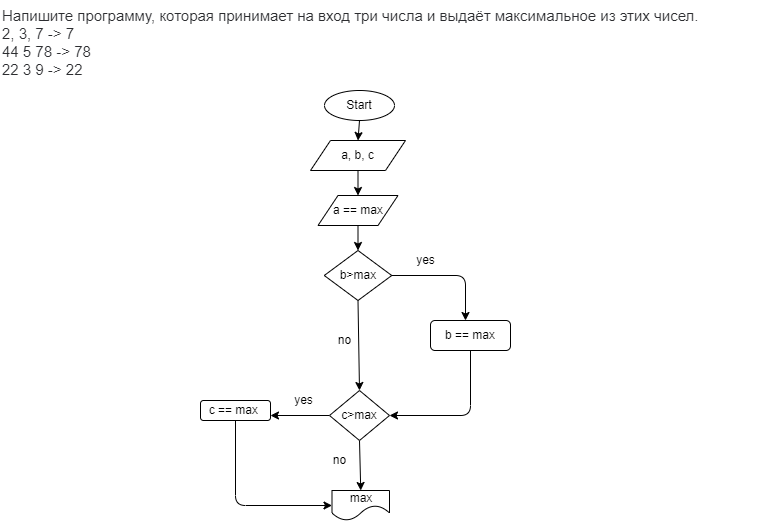
Irina12626/Education keeps this draw.io diagram as C#/Homework01/Ex02/Diagram.drawio.png. Above is the earlier version. Source tidied: cells renumbered, new cells last; positions are measured from the earlier drawing's top-left corner, leaving out a move shared by most shapes. Its diagram source:
```xml
<mxGraphModel>
  <root>
    <mxCell id="0" />
    <mxCell id="1" parent="0" />
    <mxCell id="2" value="&lt;p style=&quot;box-sizing: border-box; margin: 0px; font-weight: 400; color: rgb(44, 45, 48); font-family: roboto, &amp;quot;san francisco&amp;quot;, &amp;quot;helvetica neue&amp;quot;, helvetica, arial; font-size: 15px; font-style: normal; letter-spacing: normal; text-indent: 0px; text-transform: none; word-spacing: 0px; background-color: rgb(255, 255, 255);&quot;&gt;Напишите программу, которая принимает на вход три числа и выдаёт максимальное из этих чисел.&lt;/p&gt;&lt;p style=&quot;box-sizing: border-box; margin: 0px; font-weight: 400; color: rgb(44, 45, 48); font-family: roboto, &amp;quot;san francisco&amp;quot;, &amp;quot;helvetica neue&amp;quot;, helvetica, arial; font-size: 15px; font-style: normal; letter-spacing: normal; text-indent: 0px; text-transform: none; word-spacing: 0px; background-color: rgb(255, 255, 255);&quot;&gt;2, 3, 7 -&amp;gt; 7&lt;br style=&quot;box-sizing: border-box&quot;&gt;44 5 78 -&amp;gt; 78&lt;br style=&quot;box-sizing: border-box&quot;&gt;22 3 9 -&amp;gt; 22&lt;/p&gt;" style="text;whiteSpace=wrap;html=1;" parent="1" vertex="1">
      <mxGeometry width="760" height="70" as="geometry" />
    </mxCell>
    <mxCell id="3" style="edgeStyle=none;html=1;exitX=0.5;exitY=1;exitDx=0;exitDy=0;entryX=0.5;entryY=0;entryDx=0;entryDy=0;" parent="1" edge="1" source="4" target="6">
      <mxGeometry relative="1" as="geometry" />
    </mxCell>
    <mxCell id="4" value="Start" style="ellipse;whiteSpace=wrap;html=1;" parent="1" vertex="1">
      <mxGeometry x="324" y="90" width="70" height="30" as="geometry" />
    </mxCell>
    <mxCell id="5" style="edgeStyle=none;html=1;exitX=0.5;exitY=1;exitDx=0;exitDy=0;entryX=0.5;entryY=0;entryDx=0;entryDy=0;" parent="1" edge="1" source="6" target="18">
      <mxGeometry relative="1" as="geometry" />
    </mxCell>
    <mxCell id="6" value="a, b, c" style="shape=parallelogram;perimeter=parallelogramPerimeter;whiteSpace=wrap;html=1;fixedSize=1;" parent="1" vertex="1">
      <mxGeometry x="310" y="140" width="95" height="30" as="geometry" />
    </mxCell>
    <mxCell id="7" style="edgeStyle=none;html=1;exitX=1;exitY=0.5;exitDx=0;exitDy=0;" parent="1" edge="1" source="9">
      <mxGeometry relative="1" as="geometry">
        <mxPoint x="465" y="320" as="targetPoint" />
        <Array as="points">
          <mxPoint x="465" y="275" />
        </Array>
      </mxGeometry>
    </mxCell>
    <mxCell id="8" style="edgeStyle=none;html=1;exitX=0.5;exitY=1;exitDx=0;exitDy=0;entryX=0.5;entryY=0;entryDx=0;entryDy=0;" parent="1" edge="1" source="9" target="14">
      <mxGeometry relative="1" as="geometry" />
    </mxCell>
    <mxCell id="9" value="b&amp;gt;max" style="rhombus;whiteSpace=wrap;html=1;" parent="1" vertex="1">
      <mxGeometry x="323.8" y="250" width="67.5" height="50" as="geometry" />
    </mxCell>
    <mxCell id="10" value="no" style="text;html=1;align=center;verticalAlign=middle;strokeColor=none;fillColor=none;" parent="1" vertex="1">
      <mxGeometry x="329" y="330" width="30" height="20" as="geometry" />
    </mxCell>
    <mxCell id="11" value="yes" style="text;html=1;align=center;verticalAlign=middle;strokeColor=none;fillColor=none;" parent="1" vertex="1">
      <mxGeometry x="410" y="250" width="30" height="20" as="geometry" />
    </mxCell>
    <mxCell id="12" style="edgeStyle=none;html=1;exitX=0;exitY=0.5;exitDx=0;exitDy=0;entryX=1;entryY=0.75;entryDx=0;entryDy=0;" parent="1" edge="1" source="14" target="22">
      <mxGeometry relative="1" as="geometry" />
    </mxCell>
    <mxCell id="13" style="edgeStyle=none;html=1;exitX=0.5;exitY=1;exitDx=0;exitDy=0;entryX=0.5;entryY=0;entryDx=0;entryDy=0;" parent="1" edge="1" source="14" target="23">
      <mxGeometry relative="1" as="geometry" />
    </mxCell>
    <mxCell id="14" value="c&amp;gt;max" style="rhombus;whiteSpace=wrap;html=1;" parent="1" vertex="1">
      <mxGeometry x="329" y="390" width="60" height="50" as="geometry" />
    </mxCell>
    <mxCell id="15" value="yes" style="text;html=1;align=center;verticalAlign=middle;strokeColor=none;fillColor=none;" parent="1" vertex="1">
      <mxGeometry x="287.5" y="390" width="30" height="20" as="geometry" />
    </mxCell>
    <mxCell id="16" value="no" style="text;html=1;align=center;verticalAlign=middle;strokeColor=none;fillColor=none;" parent="1" vertex="1">
      <mxGeometry x="323.8" y="450" width="30" height="20" as="geometry" />
    </mxCell>
    <mxCell id="17" style="edgeStyle=none;html=1;exitX=0.5;exitY=1;exitDx=0;exitDy=0;entryX=0.5;entryY=0;entryDx=0;entryDy=0;" parent="1" edge="1" source="18" target="9">
      <mxGeometry relative="1" as="geometry" />
    </mxCell>
    <mxCell id="18" value="a == max" style="shape=parallelogram;perimeter=parallelogramPerimeter;whiteSpace=wrap;html=1;fixedSize=1;" parent="1" vertex="1">
      <mxGeometry x="317.5" y="195" width="80" height="30" as="geometry" />
    </mxCell>
    <mxCell id="19" style="edgeStyle=none;html=1;exitX=0.5;exitY=1;exitDx=0;exitDy=0;entryX=1;entryY=0.5;entryDx=0;entryDy=0;" parent="1" edge="1" source="20" target="14">
      <mxGeometry relative="1" as="geometry">
        <Array as="points">
          <mxPoint x="470" y="415" />
        </Array>
      </mxGeometry>
    </mxCell>
    <mxCell id="20" value="&lt;span&gt;b == max&lt;/span&gt;" style="rounded=1;whiteSpace=wrap;html=1;" parent="1" vertex="1">
      <mxGeometry x="430" y="320" width="80" height="30" as="geometry" />
    </mxCell>
    <mxCell id="21" style="edgeStyle=none;html=1;exitX=0.5;exitY=1;exitDx=0;exitDy=0;entryX=0;entryY=0.5;entryDx=0;entryDy=0;" parent="1" edge="1" source="22" target="23">
      <mxGeometry relative="1" as="geometry">
        <Array as="points">
          <mxPoint x="235" y="505" />
        </Array>
      </mxGeometry>
    </mxCell>
    <mxCell id="22" value="&lt;span&gt;с == max&amp;nbsp;&lt;/span&gt;" style="rounded=1;whiteSpace=wrap;html=1;" parent="1" vertex="1">
      <mxGeometry x="200" y="400" width="70" height="20" as="geometry" />
    </mxCell>
    <mxCell id="23" value="max" style="shape=document;whiteSpace=wrap;html=1;boundedLbl=1;size=0.5;" parent="1" vertex="1">
      <mxGeometry x="331.5" y="490" width="57.5" height="30" as="geometry" />
    </mxCell>
  </root>
</mxGraphModel>
```
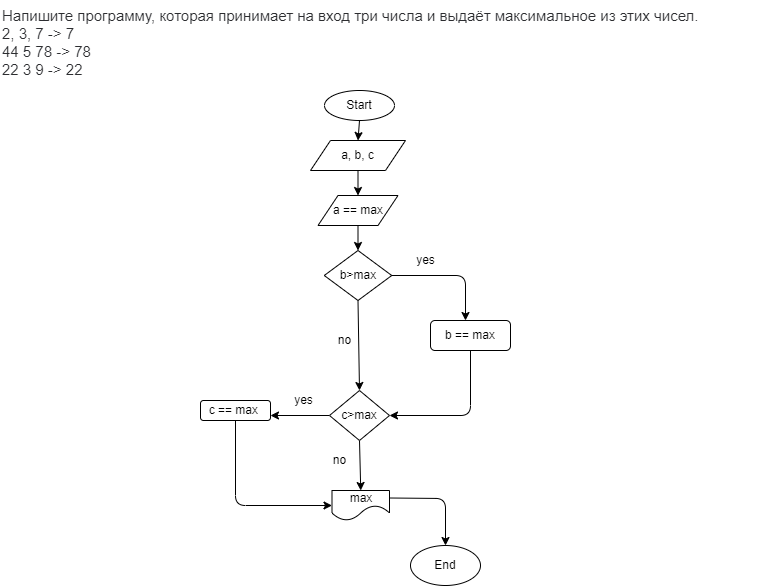
The same file after the commit.

Diff of the diagram source:
```diff
@@ -78,8 +78,18 @@
     <mxCell id="22" value="&lt;span&gt;с == max&amp;nbsp;&lt;/span&gt;" style="rounded=1;whiteSpace=wrap;html=1;" parent="1" vertex="1">
       <mxGeometry x="200" y="400" width="70" height="20" as="geometry" />
     </mxCell>
+    <mxCell id="24" style="edgeStyle=none;html=1;exitX=1;exitY=0.25;exitDx=0;exitDy=0;entryX=0.5;entryY=0;entryDx=0;entryDy=0;" parent="1" edge="1" source="23" target="25">
+      <mxGeometry relative="1" as="geometry">
+        <Array as="points">
+          <mxPoint x="445" y="498" />
+        </Array>
+      </mxGeometry>
+    </mxCell>
     <mxCell id="23" value="max" style="shape=document;whiteSpace=wrap;html=1;boundedLbl=1;size=0.5;" parent="1" vertex="1">
       <mxGeometry x="331.5" y="490" width="57.5" height="30" as="geometry" />
     </mxCell>
+    <mxCell id="25" value="End" style="ellipse;whiteSpace=wrap;html=1;" parent="1" vertex="1">
+      <mxGeometry x="410" y="545" width="70" height="40" as="geometry" />
+    </mxCell>
   </root>
 </mxGraphModel>
```
